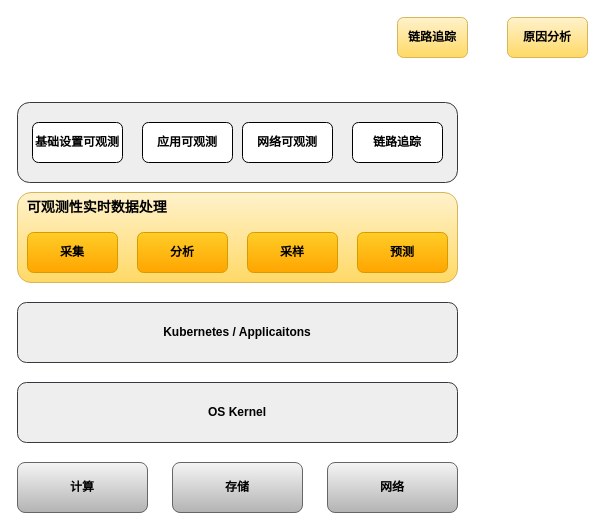
Above: page "总统框架2.0" (9 of 10) of shrine-doc/论文相关.drawio in easefulfil/CLOUDCARE (draw.io), before the change. Source tidied: cells renumbered, new cells numbered last; positions are measured from the earlier drawing's top-left corner, leaving out a move shared by most shapes. Both pictures are drawn from the tidied source at 100%, with x=0, y=0 at pixel (17, 17).
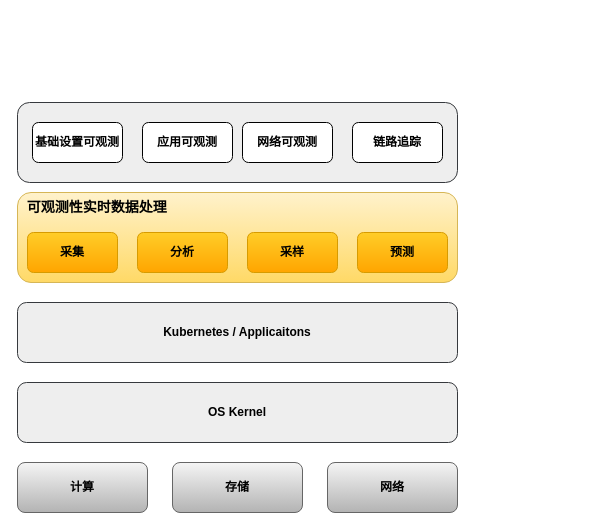
The same page after the edit.

Commit message:
更新论文相关.drawio

The edit, as a diff of the source:
```diff
@@
 <mxGraphModel>
   <root>
     <mxCell id="0" />
     <mxCell id="1" parent="0" />
     <mxCell id="2" value="&amp;nbsp; 可观测性实时数据处理" style="rounded=1;whiteSpace=wrap;html=1;fillColor=#fff2cc;strokeColor=#d6b656;align=left;fontStyle=1;fontSize=14;gradientColor=#ffd966;verticalAlign=top;" parent="1" vertex="1">
       <mxGeometry y="175" width="440" height="90" as="geometry" />
     </mxCell>
     <mxCell id="3" value="网络" style="rounded=1;whiteSpace=wrap;html=1;fontStyle=1;fillColor=#f5f5f5;gradientColor=#b3b3b3;strokeColor=#666666;" parent="1" vertex="1">
       <mxGeometry x="310" y="445" width="130" height="50" as="geometry" />
     </mxCell>
     <mxCell id="4" value="计算" style="rounded=1;whiteSpace=wrap;html=1;fontStyle=1;fillColor=#f5f5f5;gradientColor=#b3b3b3;strokeColor=#666666;" parent="1" vertex="1">
       <mxGeometry y="445" width="130" height="50" as="geometry" />
     </mxCell>
     <mxCell id="5" value="存储" style="rounded=1;whiteSpace=wrap;html=1;fontStyle=1;fillColor=#f5f5f5;gradientColor=#b3b3b3;strokeColor=#666666;" parent="1" vertex="1">
       <mxGeometry x="155" y="445" width="130" height="50" as="geometry" />
     </mxCell>
     <mxCell id="6" value="OS Kernel" style="rounded=1;whiteSpace=wrap;html=1;fillColor=#eeeeee;strokeColor=#36393d;fontStyle=1;" parent="1" vertex="1">
       <mxGeometry y="365" width="440" height="60" as="geometry" />
     </mxCell>
     <mxCell id="7" value="Kubernetes / Applicaitons" style="rounded=1;whiteSpace=wrap;html=1;fillColor=#eeeeee;strokeColor=#36393d;fontStyle=1;" parent="1" vertex="1">
       <mxGeometry y="285" width="440" height="60" as="geometry" />
     </mxCell>
     <mxCell id="8" style="rounded=1;whiteSpace=wrap;html=1;fillColor=#eeeeee;strokeColor=#36393d;align=left;fontStyle=1;fontSize=14;verticalAlign=top;" parent="1" vertex="1">
       <mxGeometry y="85" width="440" height="80" as="geometry" />
     </mxCell>
     <mxCell id="9" value="基础设置可观测" style="rounded=1;whiteSpace=wrap;html=1;fontStyle=1;" parent="1" vertex="1">
       <mxGeometry x="15" y="105" width="90" height="40" as="geometry" />
     </mxCell>
     <mxCell id="10" value="应用可观测" style="rounded=1;whiteSpace=wrap;html=1;fontStyle=1;" parent="1" vertex="1">
       <mxGeometry x="125" y="105" width="90" height="40" as="geometry" />
     </mxCell>
-    <mxCell id="11" value="原因分析" style="rounded=1;whiteSpace=wrap;html=1;fillColor=#fff2cc;gradientColor=#ffd966;strokeColor=#d6b656;fontStyle=1;" parent="1" vertex="1">
-      <mxGeometry x="490" width="80" height="40" as="geometry" />
-    </mxCell>
-    <mxCell id="12" value="链路追踪" style="rounded=1;whiteSpace=wrap;html=1;fillColor=#fff2cc;gradientColor=#ffd966;strokeColor=#d6b656;fontStyle=1;" parent="1" vertex="1">
-      <mxGeometry x="380" width="70" height="40" as="geometry" />
-    </mxCell>
     <mxCell id="13" value="分析" style="rounded=1;whiteSpace=wrap;html=1;fontStyle=1;fillColor=#ffcd28;gradientColor=#ffa500;strokeColor=#d79b00;" parent="1" vertex="1">
       <mxGeometry x="120" y="215" width="90" height="40" as="geometry" />
     </mxCell>
     <mxCell id="14" value="预测" style="rounded=1;whiteSpace=wrap;html=1;fontStyle=1;fillColor=#ffcd28;gradientColor=#ffa500;strokeColor=#d79b00;" parent="1" vertex="1">
       <mxGeometry x="340" y="215" width="90" height="40" as="geometry" />
     </mxCell>
     <mxCell id="15" value="采样" style="rounded=1;whiteSpace=wrap;html=1;fontStyle=1;fillColor=#ffcd28;gradientColor=#ffa500;strokeColor=#d79b00;" parent="1" vertex="1">
       <mxGeometry x="230" y="215" width="90" height="40" as="geometry" />
     </mxCell>
     <mxCell id="16" value="采集" style="rounded=1;whiteSpace=wrap;html=1;fontStyle=1;fillColor=#ffcd28;gradientColor=#ffa500;strokeColor=#d79b00;" parent="1" vertex="1">
       <mxGeometry x="10" y="215" width="90" height="40" as="geometry" />
     </mxCell>
     <mxCell id="17" value="网络可观测" style="rounded=1;whiteSpace=wrap;html=1;fontStyle=1;" parent="1" vertex="1">
       <mxGeometry x="225" y="105" width="90" height="40" as="geometry" />
     </mxCell>
     <mxCell id="18" value="链路追踪" style="rounded=1;whiteSpace=wrap;html=1;fontStyle=1;" parent="1" vertex="1">
       <mxGeometry x="335" y="105" width="90" height="40" as="geometry" />
     </mxCell>
   </root>
 </mxGraphModel>
```
